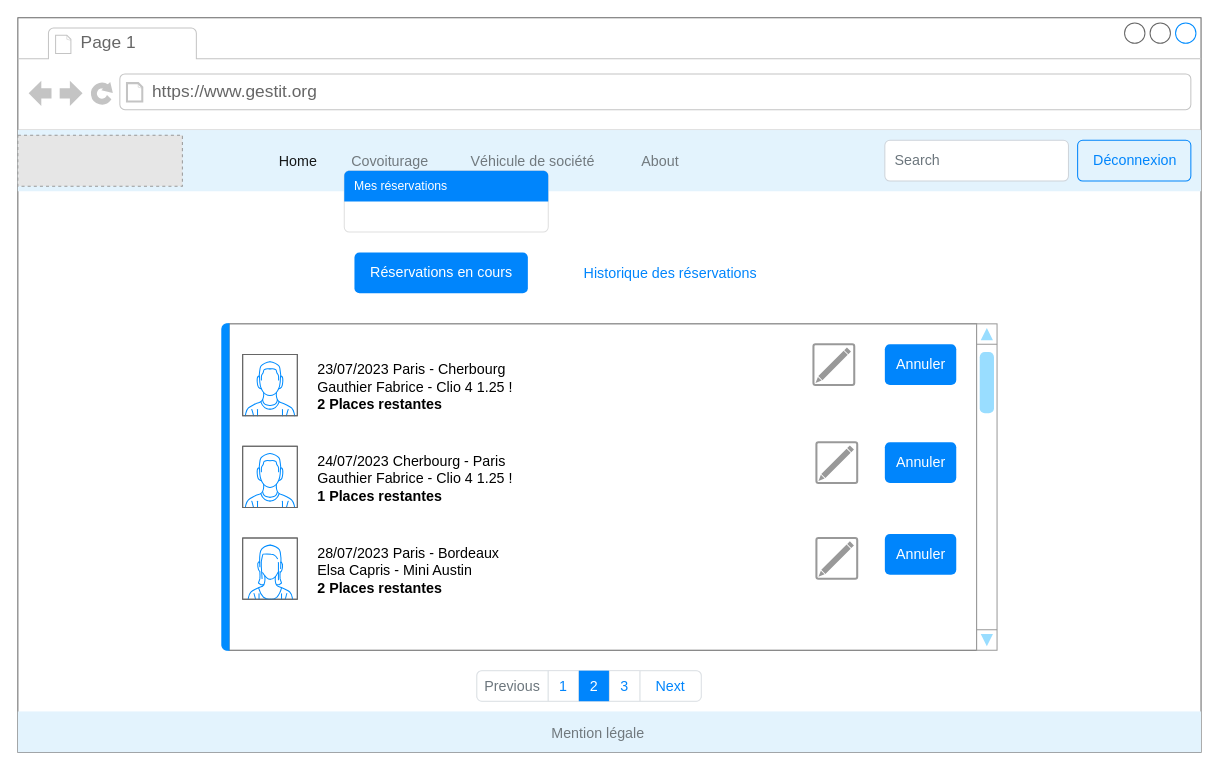
Earlier version of the draw.io diagram page "Covoiturage_Visualiser_enCours" (5 of 7) of UI_UX/maquette-4.drawio.xml (SI-Gestion-des-transports/GESTIT_conception). Source tidied: cells renumbered, new cells numbered last; positions are measured from the earlier drawing's top-left corner, leaving out a move shared by most shapes. Both pictures are drawn from the tidied source at 102%, with x=0, y=0 at pixel (17, 17). Pictures stored in the file or linked from it are replaced by grey dashed boxes.
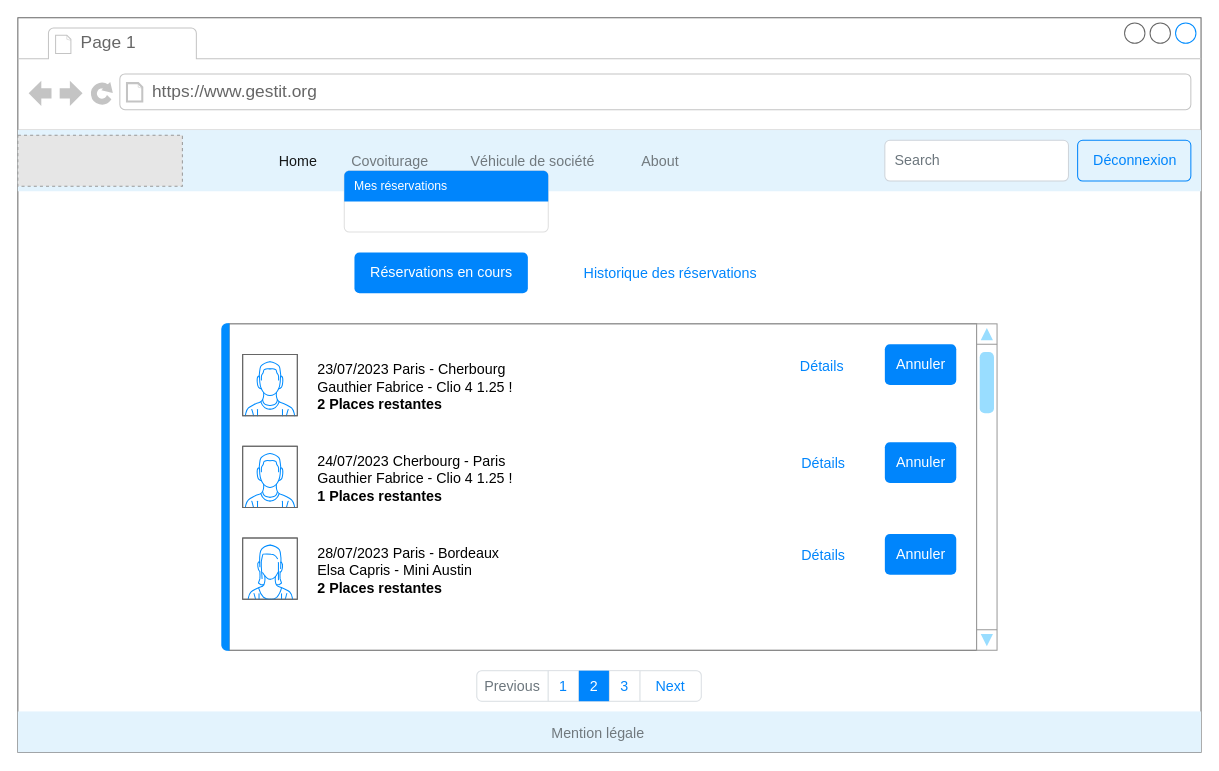
The same page after the edit.

The change refers to these unchanged cells:
```xml
<mxCell id="2" style="group;" parent="1" vertex="1">
  <mxGeometry width="1160" height="720" as="geometry" />
</mxCell>
<mxCell id="27" style="strokeWidth=1;shadow=0;dashed=0;align=center;html=1;shape=mxgraph.mockup.containers.marginRect2;rectMarginLeft=67;strokeColor=#666666;gradientColor=none;whiteSpace=wrap;" parent="3" vertex="1">
  <mxGeometry x="140" y="300" width="800" height="320" as="geometry" />
</mxCell>
```

Change to the diagram source:
```diff
@@
-    <mxCell id="35" style="strokeColor=#999999;verticalLabelPosition=bottom;shadow=0;dashed=0;verticalAlign=top;strokeWidth=2;html=1;shape=mxgraph.mockup.misc.editIcon;" parent="27" vertex="1">
-      <mxGeometry x="642.9" y="116" width="40" height="40" as="geometry" />
-    </mxCell>
@@
-    <mxCell id="37" style="strokeColor=#999999;verticalLabelPosition=bottom;shadow=0;dashed=0;verticalAlign=top;strokeWidth=2;html=1;shape=mxgraph.mockup.misc.editIcon;" parent="27" vertex="1">
-      <mxGeometry x="642.9" y="210" width="40" height="40" as="geometry" />
-    </mxCell>
+    <mxCell id="42" value="Détails" style="fillColor=none;strokeColor=none;fontSize=14;fontColor=#0085FC;" parent="27" vertex="1">
+      <mxGeometry x="618.6" y="21" width="60" height="40" as="geometry" />
+    </mxCell>
@@
-    <mxCell id="39" style="strokeColor=#999999;verticalLabelPosition=bottom;shadow=0;dashed=0;verticalAlign=top;strokeWidth=2;html=1;shape=mxgraph.mockup.misc.editIcon;" parent="2" vertex="1">
-      <mxGeometry x="780" y="320" width="40" height="40" as="geometry" />
-    </mxCell>
@@
+    <mxCell id="43" value="Détails" style="fillColor=none;strokeColor=none;fontSize=14;fontColor=#0085FC;" parent="2" vertex="1">
+      <mxGeometry x="760" y="416" width="60" height="40" as="geometry" />
+    </mxCell>
+    <mxCell id="44" value="Détails" style="fillColor=none;strokeColor=none;fontSize=14;fontColor=#0085FC;" parent="2" vertex="1">
+      <mxGeometry x="760" y="506" width="60" height="40" as="geometry" />
+    </mxCell>
```
